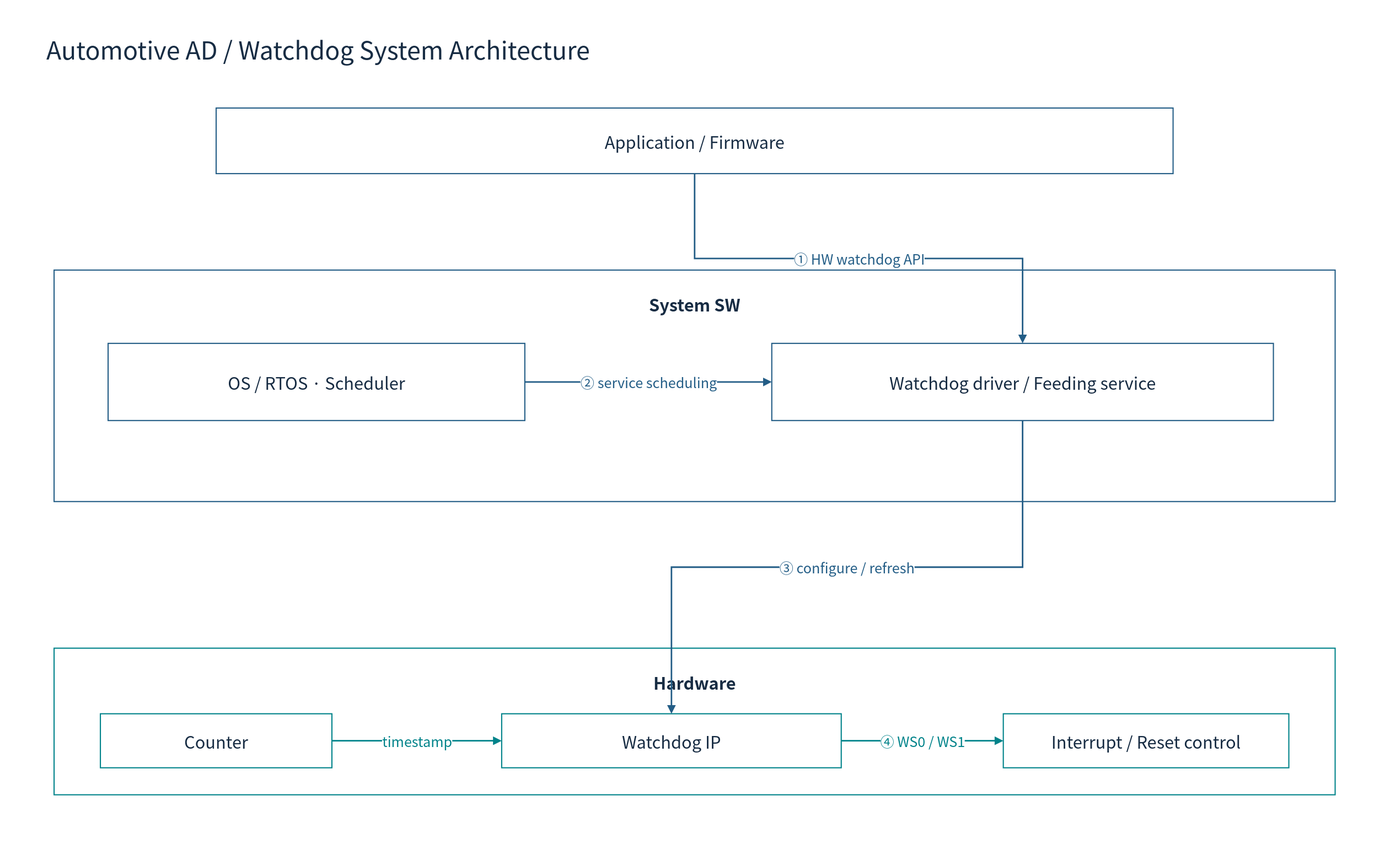
cometzero/project-apollo keeps this draw.io diagram as doc/phase1/watchdog/diagrams/00-system.drawio.svg. Above is the earlier version. Source tidied: cells renumbered, new cells last; positions are measured from the earlier drawing's top-left corner, leaving out a move shared by most shapes. Its diagram source:
```xml
<mxGraphModel background="#FFFFFF">
  <root>
    <mxCell id="0" />
    <mxCell id="1" parent="0" />
    <mxCell id="2" style="rounded=0;whiteSpace=wrap;html=1;fillColor=#FFFFFF;strokeColor=none;strokeWidth=1.5;fontColor=#172C43;fontFamily=Noto Sans CJK KR;fontSize=22;spacing=10;" parent="1" vertex="1">
      <mxGeometry width="1800" height="1120" as="geometry" />
    </mxCell>
    <mxCell id="3" value="Automotive AD / Watchdog System Architecture" style="rounded=0;whiteSpace=wrap;html=1;fillColor=#FFFFFF;strokeColor=none;strokeWidth=1.5;fontColor=#172C43;fontFamily=Noto Sans CJK KR;fontSize=22;spacing=10;fontSize=32;align=left;" parent="1" vertex="1">
      <mxGeometry x="50" y="30" width="1700" height="65" as="geometry" />
    </mxCell>
    <mxCell id="4" value="Application / Firmware" style="rounded=0;whiteSpace=wrap;html=1;fillColor=#FFFFFF;strokeColor=#235D86;strokeWidth=1.5;fontColor=#172C43;fontFamily=Noto Sans CJK KR;fontSize=22;spacing=10;" parent="1" vertex="1">
      <mxGeometry x="280" y="140" width="1240" height="85" as="geometry" />
    </mxCell>
    <mxCell id="5" value="System SW" style="rounded=0;whiteSpace=wrap;html=1;fillColor=#FFFFFF;strokeColor=#235D86;strokeWidth=1.5;fontColor=#172C43;fontFamily=Noto Sans CJK KR;fontSize=22;spacing=10;verticalAlign=top;fontStyle=1;spacingTop=16;" parent="1" vertex="1">
      <mxGeometry x="70" y="350" width="1660" height="300" as="geometry" />
    </mxCell>
    <mxCell id="6" value="OS / RTOS · Scheduler" style="rounded=0;whiteSpace=wrap;html=1;fillColor=#FFFFFF;strokeColor=#235D86;strokeWidth=1.5;fontColor=#172C43;fontFamily=Noto Sans CJK KR;fontSize=22;spacing=10;" parent="1" vertex="1">
      <mxGeometry x="140" y="445" width="540" height="100" as="geometry" />
    </mxCell>
    <mxCell id="7" value="Watchdog driver / Feeding service" style="rounded=0;whiteSpace=wrap;html=1;fillColor=#FFFFFF;strokeColor=#235D86;strokeWidth=1.5;fontColor=#172C43;fontFamily=Noto Sans CJK KR;fontSize=22;spacing=10;" parent="1" vertex="1">
      <mxGeometry x="1000" y="445" width="650" height="100" as="geometry" />
    </mxCell>
    <mxCell id="8" value="Hardware" style="rounded=0;whiteSpace=wrap;html=1;fillColor=#FFFFFF;strokeColor=#00838A;strokeWidth=1.5;fontColor=#172C43;fontFamily=Noto Sans CJK KR;fontSize=22;spacing=10;verticalAlign=top;fontStyle=1;spacingTop=16;" parent="1" vertex="1">
      <mxGeometry x="70" y="840" width="1660" height="190" as="geometry" />
    </mxCell>
    <mxCell id="9" value="Counter" style="rounded=0;whiteSpace=wrap;html=1;fillColor=#FFFFFF;strokeColor=#00838A;strokeWidth=1.5;fontColor=#172C43;fontFamily=Noto Sans CJK KR;fontSize=22;spacing=10;" parent="1" vertex="1">
      <mxGeometry x="130" y="925" width="300" height="70" as="geometry" />
    </mxCell>
    <mxCell id="10" value="Watchdog IP" style="rounded=0;whiteSpace=wrap;html=1;fillColor=#FFFFFF;strokeColor=#00838A;strokeWidth=1.5;fontColor=#172C43;fontFamily=Noto Sans CJK KR;fontSize=22;spacing=10;" parent="1" vertex="1">
      <mxGeometry x="650" y="925" width="440" height="70" as="geometry" />
    </mxCell>
    <mxCell id="11" value="Interrupt / Reset control" style="rounded=0;whiteSpace=wrap;html=1;fillColor=#FFFFFF;strokeColor=#00838A;strokeWidth=1.5;fontColor=#172C43;fontFamily=Noto Sans CJK KR;fontSize=22;spacing=10;" parent="1" vertex="1">
      <mxGeometry x="1300" y="925" width="370" height="70" as="geometry" />
    </mxCell>
    <mxCell id="12" value="① HW watchdog API" style="edgeStyle=orthogonalEdgeStyle;rounded=0;html=1;endArrow=block;endFill=1;strokeWidth=2;strokeColor=#235D86;fontColor=#235D86;fontFamily=Noto Sans CJK KR;fontSize=18;labelBackgroundColor=#FFFFFF;" parent="1" edge="1" source="4" target="7">
      <mxGeometry relative="1" as="geometry" />
    </mxCell>
    <mxCell id="13" value="② service scheduling" style="edgeStyle=orthogonalEdgeStyle;rounded=0;html=1;endArrow=block;endFill=1;strokeWidth=2;strokeColor=#235D86;fontColor=#235D86;fontFamily=Noto Sans CJK KR;fontSize=18;labelBackgroundColor=#FFFFFF;" parent="1" edge="1" source="6" target="7">
      <mxGeometry relative="1" as="geometry" />
    </mxCell>
    <mxCell id="14" value="③ configure / refresh" style="edgeStyle=orthogonalEdgeStyle;rounded=0;html=1;endArrow=block;endFill=1;strokeWidth=2;strokeColor=#235D86;fontColor=#235D86;fontFamily=Noto Sans CJK KR;fontSize=18;labelBackgroundColor=#FFFFFF;" parent="1" edge="1" source="7" target="10">
      <mxGeometry relative="1" as="geometry" />
    </mxCell>
    <mxCell id="15" value="timestamp" style="edgeStyle=orthogonalEdgeStyle;rounded=0;html=1;endArrow=block;endFill=1;strokeWidth=2;strokeColor=#00838A;fontColor=#00838A;fontFamily=Noto Sans CJK KR;fontSize=18;labelBackgroundColor=#FFFFFF;" parent="1" edge="1" source="9" target="10">
      <mxGeometry relative="1" as="geometry" />
    </mxCell>
    <mxCell id="16" value="④ WS0 / WS1" style="edgeStyle=orthogonalEdgeStyle;rounded=0;html=1;endArrow=block;endFill=1;strokeWidth=2;strokeColor=#00838A;fontColor=#00838A;fontFamily=Noto Sans CJK KR;fontSize=18;labelBackgroundColor=#FFFFFF;" parent="1" edge="1" source="10" target="11">
      <mxGeometry relative="1" as="geometry" />
    </mxCell>
  </root>
</mxGraphModel>
```
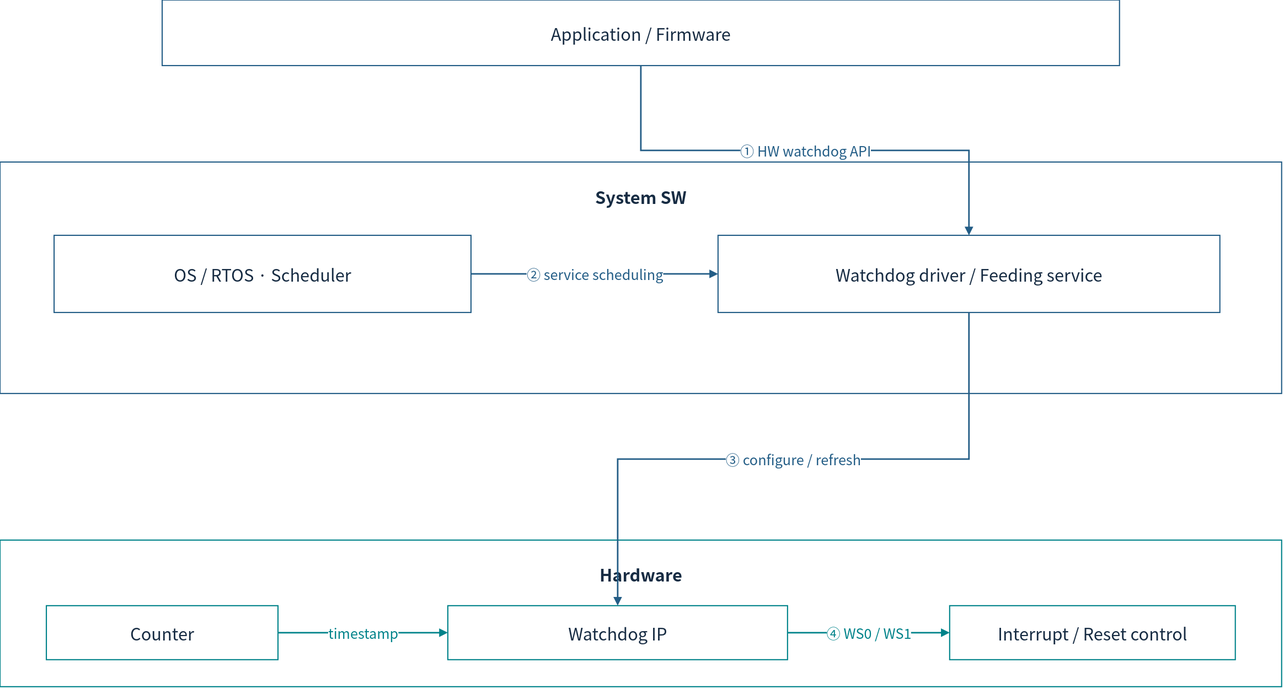
After the commit.

What changed in the source:
```diff
@@ -2,12 +2,6 @@
   <root>
     <mxCell id="0" />
     <mxCell id="1" parent="0" />
-    <mxCell id="2" style="rounded=0;whiteSpace=wrap;html=1;fillColor=#FFFFFF;strokeColor=none;strokeWidth=1.5;fontColor=#172C43;fontFamily=Noto Sans CJK KR;fontSize=22;spacing=10;" parent="1" vertex="1">
-      <mxGeometry width="1800" height="1120" as="geometry" />
-    </mxCell>
-    <mxCell id="3" value="Automotive AD / Watchdog System Architecture" style="rounded=0;whiteSpace=wrap;html=1;fillColor=#FFFFFF;strokeColor=none;strokeWidth=1.5;fontColor=#172C43;fontFamily=Noto Sans CJK KR;fontSize=22;spacing=10;fontSize=32;align=left;" parent="1" vertex="1">
-      <mxGeometry x="50" y="30" width="1700" height="65" as="geometry" />
-    </mxCell>
     <mxCell id="4" value="Application / Firmware" style="rounded=0;whiteSpace=wrap;html=1;fillColor=#FFFFFF;strokeColor=#235D86;strokeWidth=1.5;fontColor=#172C43;fontFamily=Noto Sans CJK KR;fontSize=22;spacing=10;" parent="1" vertex="1">
       <mxGeometry x="280" y="140" width="1240" height="85" as="geometry" />
     </mxCell>
```
